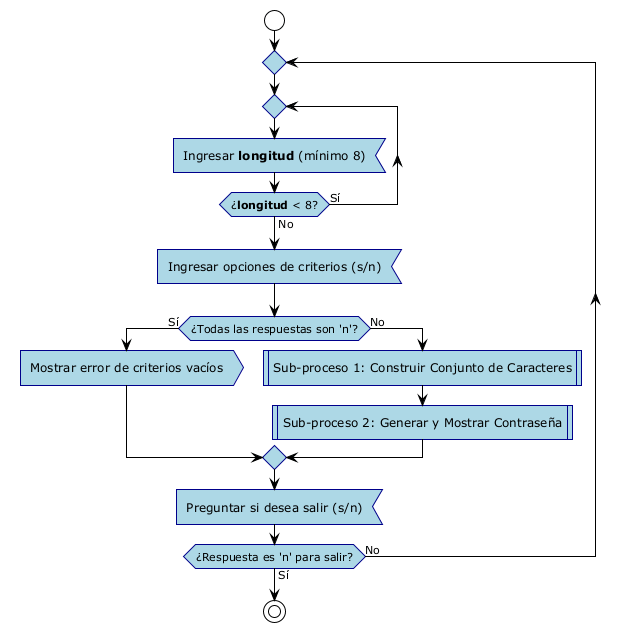
The PlantUML diagram diagrama-principal.png in nelsonmarro/generador_password_py, before a commit.
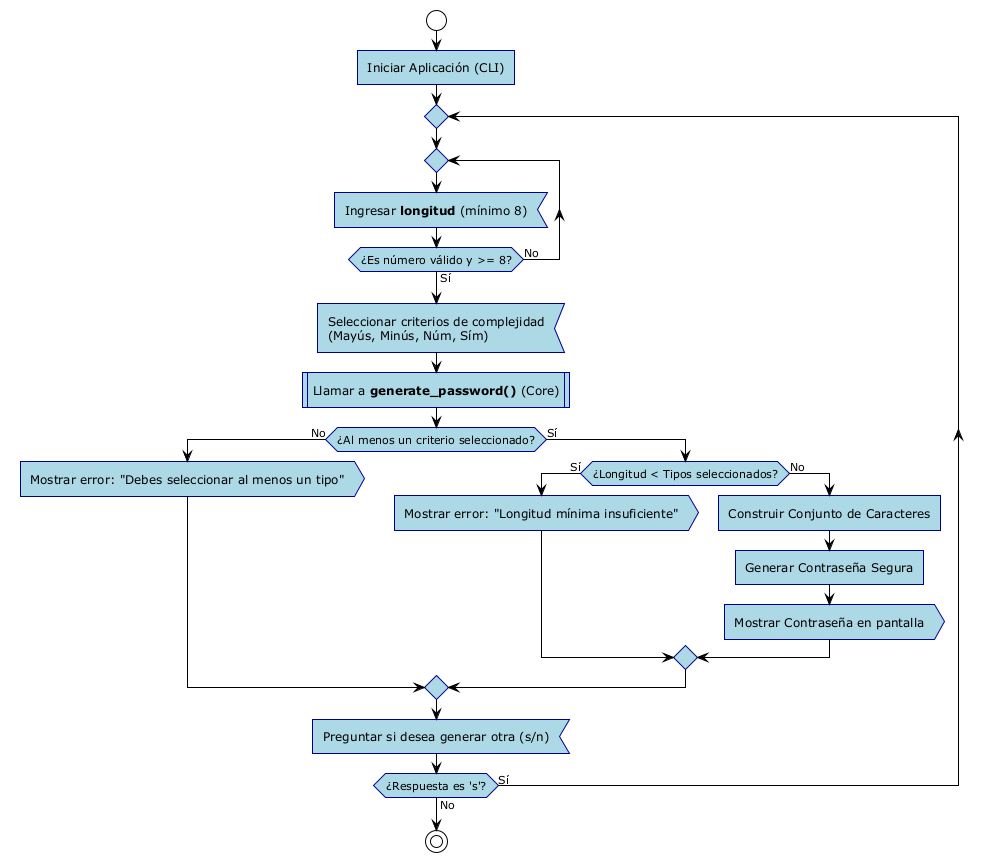
Above is the later version.

Diff of the diagram source:
```diff
@@ -8,24 +8,31 @@
 }
 
 start
-
+:Iniciar Aplicación (CLI);
 repeat
   repeat
     :Ingresar **longitud** (mínimo 8); <<input>>
-  repeat while (¿**longitud** < 8?) is (Sí) not (No)
+  repeat while (¿Es número válido y >= 8?) is (No) not (Sí)
 
-  :Ingresar opciones de criterios (s/n); <<input>>
+  :Seleccionar criterios de complejidad\n(Mayús, Minús, Núm, Sím); <<input>>
 
-  if (¿Todas las respuestas son 'n'?) then (Sí)
-    :Mostrar error de criterios vacíos; <<output>>
-  else (No)
-    :Sub-proceso 1: Construir Conjunto de Caracteres; <<procedure>>
-    :Sub-proceso 2: Generar y Mostrar Contraseña; <<procedure>>
+  :Llamar a **generate_password()** (Core); <<procedure>>
+
+  if (¿Al menos un criterio seleccionado?) then (No)
+    :Mostrar error: "Debes seleccionar al menos un tipo"; <<output>>
+  else (Sí)
+    if (¿Longitud < Tipos seleccionados?) then (Sí)
+      :Mostrar error: "Longitud mínima insuficiente"; <<output>>
+    else (No)
+      :Construir Conjunto de Caracteres;
+      :Generar Contraseña Segura;
+      :Mostrar Contraseña en pantalla; <<output>>
+    endif
   endif
 
-  :Preguntar si desea salir (s/n); <<input>>
+  :Preguntar si desea generar otra (s/n); <<input>>
 
-repeat while (¿Respuesta es 'n' para salir?) is (No) not (Sí)
+repeat while (¿Respuesta es 's'?) is (Sí) not (No)
 
 stop
 @enduml
```
